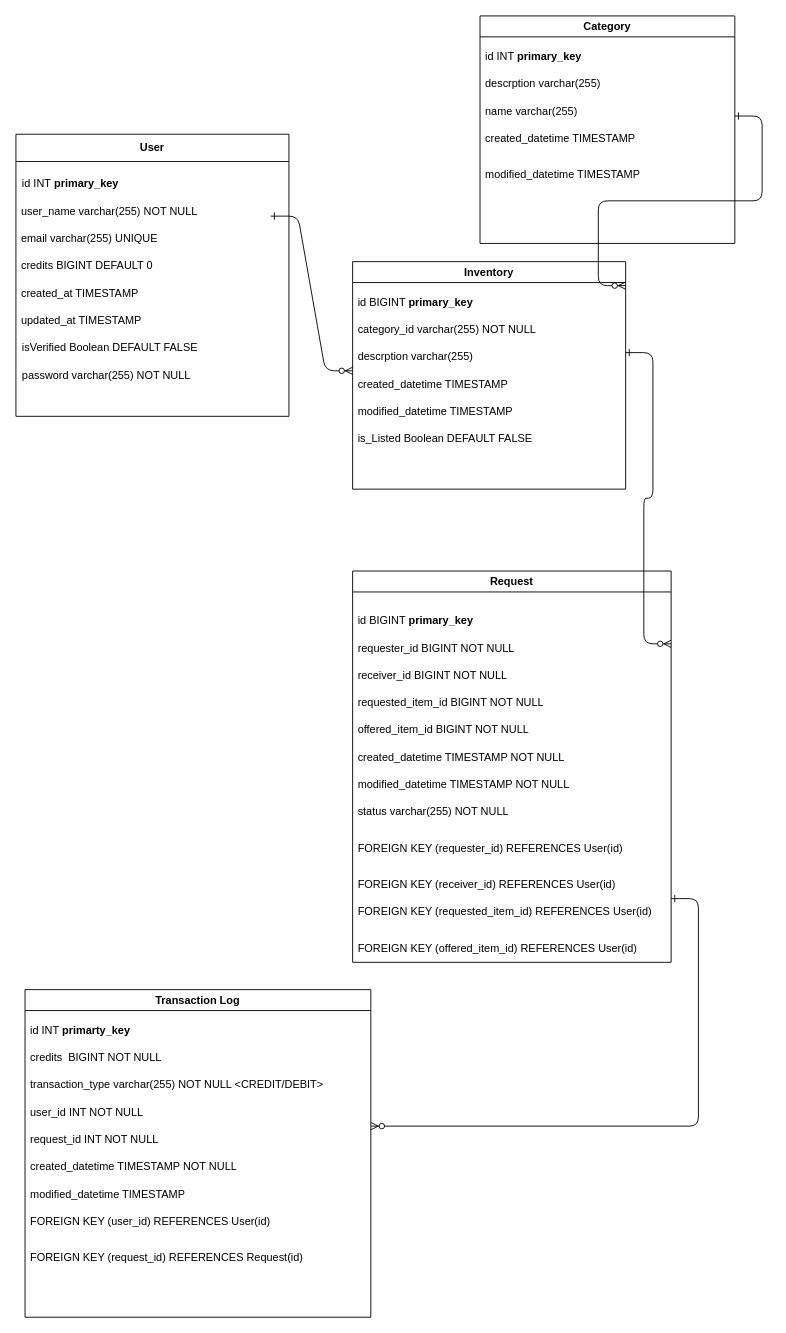
Above: ExchangePlatform.drawio in shweta-code/hld (draw.io), before the change. Source tidied: cells renumbered, new cells numbered last; positions are measured from the earlier drawing's top-left corner, leaving out a move shared by most shapes. Both pictures are drawn from the tidied source at 91%, with x=0, y=0 at pixel (15, 15).
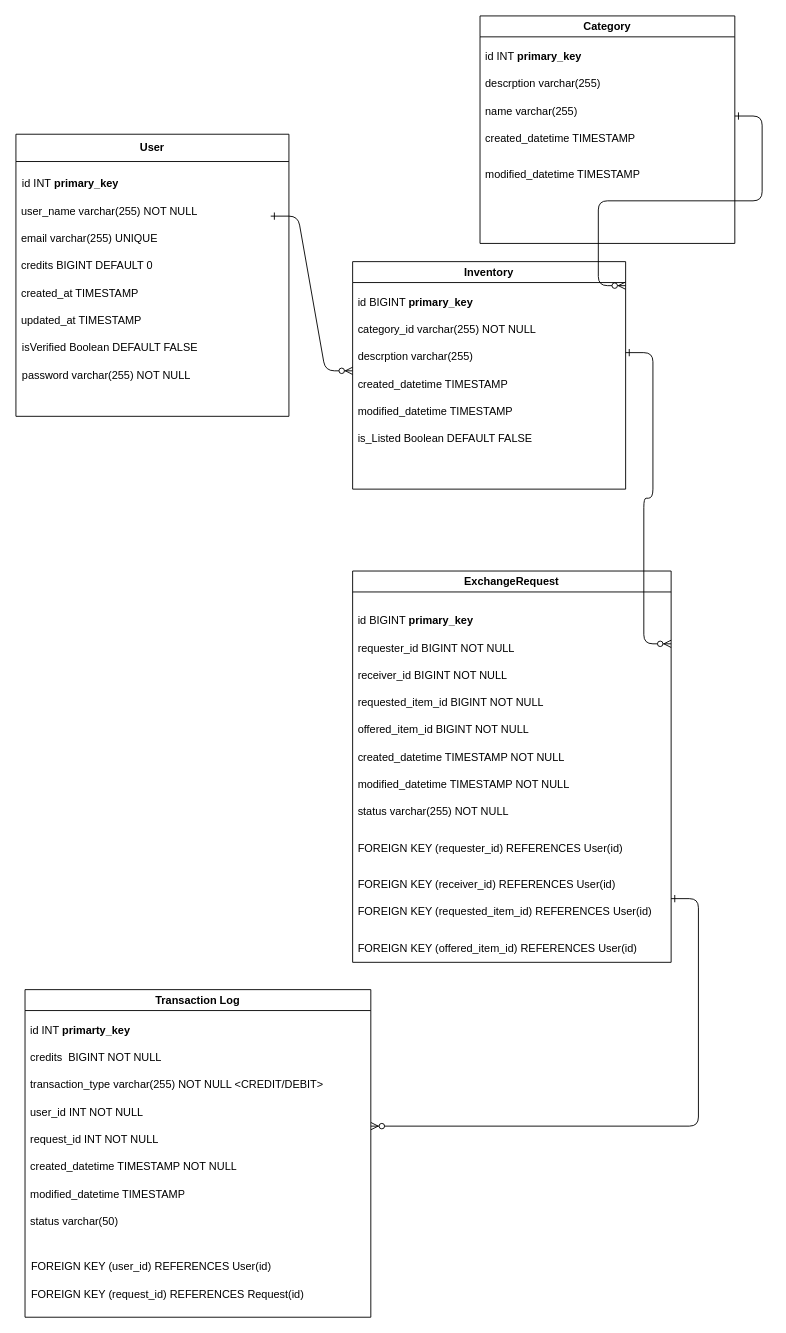
The same page after the edit.

The change refers to these unchanged cells:
```xml
<mxCell id="35" value="Transaction Log" style="swimlane;whiteSpace=wrap;html=1;" parent="1" vertex="1">
  <mxGeometry x="10" y="1070" width="380" height="360" as="geometry" />
</mxCell>
```

The edit, as a diff of the source:
```diff
@@
-    <mxCell id="21" value="Request" style="swimlane;whiteSpace=wrap;html=1;startSize=23;" parent="1" vertex="1">
+    <mxCell id="21" value="ExchangeRequest" style="swimlane;whiteSpace=wrap;html=1;startSize=23;" parent="1" vertex="1">
       <mxGeometry x="370" y="610" width="350" height="430" as="geometry" />
     </mxCell>
@@
     <mxCell id="40" value="FOREIGN KEY (user_id) REFERENCES User(id)" style="text;strokeColor=none;fillColor=none;align=left;verticalAlign=middle;spacingLeft=4;spacingRight=4;overflow=hidden;whiteSpace=wrap;html=1;" parent="35" vertex="1">
-      <mxGeometry y="240" width="400" height="30" as="geometry" />
+      <mxGeometry x="1" y="290" width="400" height="30" as="geometry" />
     </mxCell>
     <mxCell id="41" value="FOREIGN KEY (request_id) REFERENCES Request(id)" style="text;strokeColor=none;fillColor=none;align=left;verticalAlign=middle;spacingLeft=4;spacingRight=4;overflow=hidden;whiteSpace=wrap;html=1;" parent="35" vertex="1">
-      <mxGeometry y="280" width="400" height="30" as="geometry" />
+      <mxGeometry x="1" y="320" width="400" height="30" as="geometry" />
     </mxCell>
@@
+    <mxCell id="52" value="status varchar(50)" style="text;strokeColor=none;fillColor=none;align=left;verticalAlign=middle;spacingLeft=4;spacingRight=4;overflow=hidden;whiteSpace=wrap;html=1;" parent="35" vertex="1">
+      <mxGeometry y="240" width="380" height="30" as="geometry" />
+    </mxCell>
```
